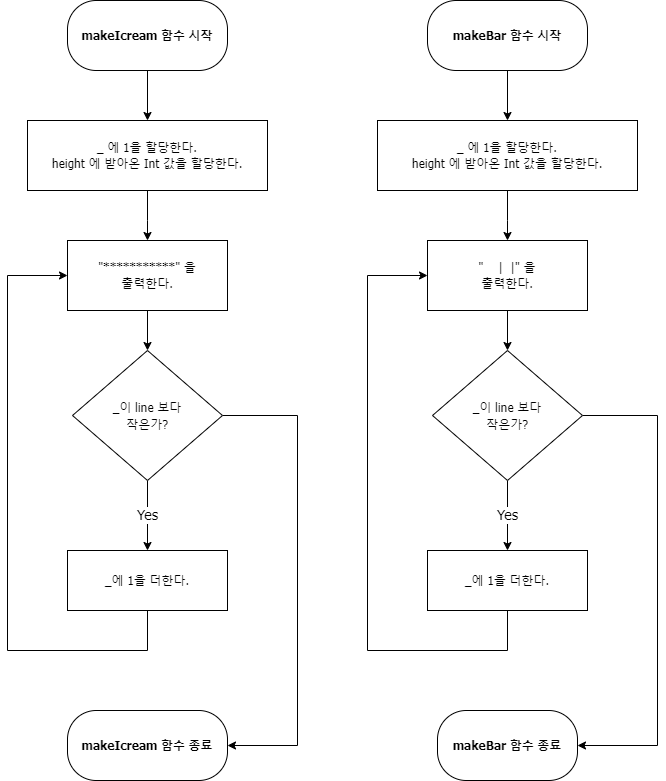
Before: CodeStarterCamp_Week1/아이스크림 만들기 순서도.png, a diagram exported from draw.io (yagom-academy/swift-starter-camp-4th). Source tidied: cells renumbered, new cells last; positions are measured from the earlier drawing's top-left corner, leaving out a move shared by most shapes.
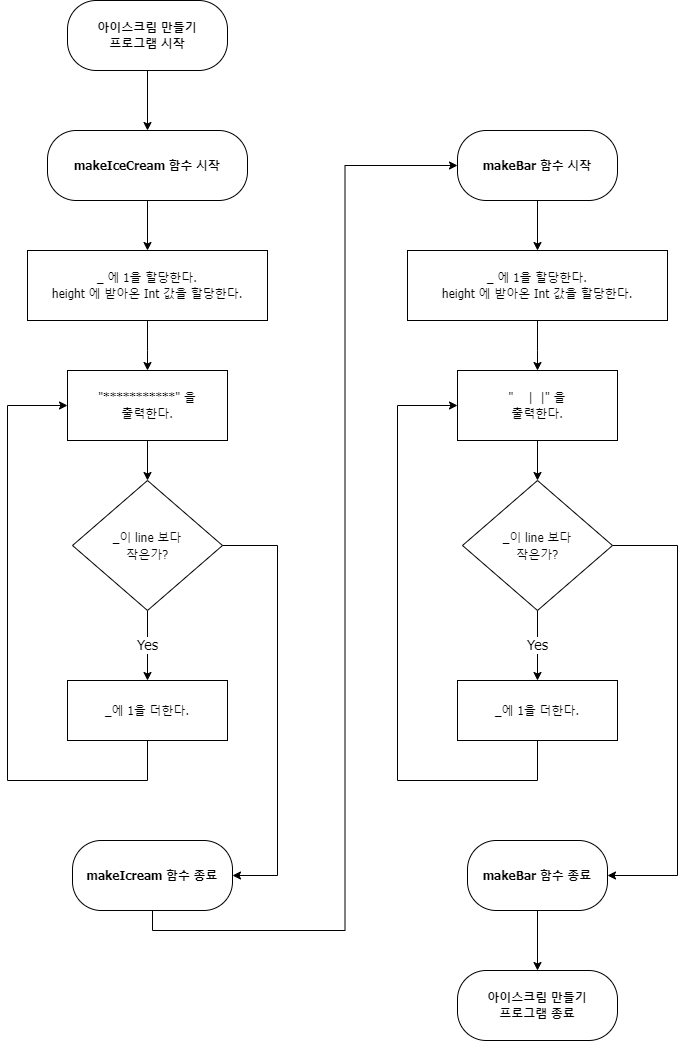
After the change.

Commit message:
아이스크림 만들기 순서도 2차 수정

What changed in the source:
```diff
@@ -2,31 +2,34 @@
   <root>
     <mxCell id="0" />
     <mxCell id="1" parent="0" />
-    <mxCell id="2" style="edgeStyle=orthogonalEdgeStyle;rounded=0;jettySize=auto;html=1;entryX=0.5;entryY=0;entryDx=0;entryDy=0;fontFamily=Tahoma;fontSize=14;" parent="1" edge="1" source="3" target="6">
+    <mxCell id="2" style="edgeStyle=orthogonalEdgeStyle;rounded=0;jettySize=auto;html=1;fontFamily=Tahoma;fontSize=14;entryX=0.5;entryY=0;entryDx=0;entryDy=0;" parent="1" edge="1" source="3" target="29">
       <mxGeometry relative="1" as="geometry" />
     </mxCell>
-    <mxCell id="3" value="&lt;font size=&quot;1&quot; face=&quot;Tahoma&quot;&gt;&lt;b style=&quot;font-size: 12px&quot;&gt;makeIcream 함수 시작&lt;/b&gt;&lt;/font&gt;" style="rounded=1;whiteSpace=wrap;html=1;arcSize=41;" parent="1" vertex="1">
-      <mxGeometry x="60" width="160" height="70" as="geometry" />
+    <mxCell id="3" value="&lt;font face=&quot;Tahoma&quot;&gt;&lt;b&gt;아이스크림 만들기&lt;br&gt;프로그램 시작&lt;br&gt;&lt;/b&gt;&lt;/font&gt;" style="rounded=1;whiteSpace=wrap;html=1;arcSize=41;" parent="1" vertex="1">
+      <mxGeometry x="50" y="-10" width="160" height="70" as="geometry" />
     </mxCell>
+    <mxCell id="26" style="edgeStyle=orthogonalEdgeStyle;rounded=0;jettySize=auto;html=1;exitX=0.5;exitY=1;exitDx=0;exitDy=0;entryX=0;entryY=0.5;entryDx=0;entryDy=0;" parent="1" edge="1" source="4" target="15">
+      <mxGeometry relative="1" as="geometry" />
+    </mxCell>
     <mxCell id="4" value="&lt;b style=&quot;font-family: &amp;#34;tahoma&amp;#34;&quot;&gt;makeIcream 함수 종료&lt;/b&gt;" style="rounded=1;whiteSpace=wrap;html=1;arcSize=41;" parent="1" vertex="1">
-      <mxGeometry x="60" y="710" width="160" height="70" as="geometry" />
+      <mxGeometry x="55" y="830" width="160" height="70" as="geometry" />
     </mxCell>
     <mxCell id="5" style="edgeStyle=orthogonalEdgeStyle;rounded=0;jettySize=auto;html=1;entryX=0.5;entryY=0;entryDx=0;entryDy=0;fontFamily=Tahoma;fontSize=14;" parent="1" edge="1" source="6" target="8">
       <mxGeometry relative="1" as="geometry">
         <Array as="points">
-          <mxPoint x="140" y="220" />
-          <mxPoint x="140" y="220" />
+          <mxPoint x="130" y="340" />
+          <mxPoint x="130" y="340" />
         </Array>
       </mxGeometry>
     </mxCell>
     <mxCell id="6" value="&lt;font face=&quot;Tahoma&quot;&gt;_ 에 1을 할당한다.&lt;br&gt;height 에 받아온 Int 값을 할당한다.&lt;br&gt;&lt;/font&gt;" style="rounded=0;whiteSpace=wrap;html=1;" parent="1" vertex="1">
-      <mxGeometry x="20" y="120" width="240" height="70" as="geometry" />
+      <mxGeometry x="10" y="240" width="240" height="70" as="geometry" />
     </mxCell>
     <mxCell id="7" style="edgeStyle=orthogonalEdgeStyle;rounded=0;jettySize=auto;html=1;entryX=0.5;entryY=0;entryDx=0;entryDy=0;fontFamily=Tahoma;fontSize=14;" parent="1" edge="1" source="8" target="11">
       <mxGeometry relative="1" as="geometry" />
     </mxCell>
     <mxCell id="8" value="&lt;font face=&quot;Tahoma&quot;&gt;&quot;***********&quot; 을&lt;br&gt;출력한다.&lt;/font&gt;" style="rounded=0;whiteSpace=wrap;html=1;" parent="1" vertex="1">
-      <mxGeometry x="60" y="240" width="160" height="70" as="geometry" />
+      <mxGeometry x="50" y="360" width="160" height="70" as="geometry" />
     </mxCell>
     <mxCell id="9" value="Yes" style="edgeStyle=orthogonalEdgeStyle;rounded=0;jettySize=auto;html=1;entryX=0.5;entryY=0;entryDx=0;entryDy=0;fontFamily=Tahoma;fontSize=14;" parent="1" edge="1" source="11" target="13">
       <mxGeometry relative="1" as="geometry" />
@@ -34,51 +37,54 @@
     <mxCell id="10" style="edgeStyle=orthogonalEdgeStyle;rounded=0;jettySize=auto;html=1;entryX=1;entryY=0.5;entryDx=0;entryDy=0;fontFamily=Tahoma;fontSize=14;" parent="1" edge="1" source="11" target="4">
       <mxGeometry relative="1" as="geometry">
         <Array as="points">
-          <mxPoint x="290" y="415" />
-          <mxPoint x="290" y="745" />
+          <mxPoint x="260" y="535" />
+          <mxPoint x="260" y="865" />
         </Array>
       </mxGeometry>
     </mxCell>
     <mxCell id="11" value="&lt;font style=&quot;font-size: 12px&quot;&gt;_이 line 보다&lt;br&gt;작은가?&lt;/font&gt;" style="rhombus;whiteSpace=wrap;html=1;fontFamily=Tahoma;fontSize=14;" parent="1" vertex="1">
-      <mxGeometry x="65" y="350" width="150" height="130" as="geometry" />
+      <mxGeometry x="55" y="470" width="150" height="130" as="geometry" />
     </mxCell>
     <mxCell id="12" style="edgeStyle=orthogonalEdgeStyle;rounded=0;jettySize=auto;html=1;fontFamily=Tahoma;fontSize=12;entryX=0;entryY=0.5;entryDx=0;entryDy=0;exitX=0.5;exitY=1;exitDx=0;exitDy=0;" parent="1" edge="1" source="13" target="8">
       <mxGeometry relative="1" as="geometry">
         <Array as="points">
-          <mxPoint x="140" y="650" />
-          <mxPoint y="650" />
-          <mxPoint y="275" />
+          <mxPoint x="130" y="770" />
+          <mxPoint x="-10" y="770" />
+          <mxPoint x="-10" y="395" />
         </Array>
       </mxGeometry>
     </mxCell>
     <mxCell id="13" value="&lt;font style=&quot;font-size: 12px&quot;&gt;_에 1을 더한다.&lt;/font&gt;" style="rounded=0;whiteSpace=wrap;html=1;fontFamily=Tahoma;fontSize=14;" parent="1" vertex="1">
-      <mxGeometry x="60" y="550" width="160" height="60" as="geometry" />
+      <mxGeometry x="50" y="670" width="160" height="60" as="geometry" />
     </mxCell>
     <mxCell id="14" style="edgeStyle=orthogonalEdgeStyle;rounded=0;jettySize=auto;html=1;entryX=0.5;entryY=0;entryDx=0;entryDy=0;fontFamily=Tahoma;fontSize=14;" parent="1" edge="1" source="15" target="18">
       <mxGeometry relative="1" as="geometry" />
     </mxCell>
     <mxCell id="15" value="&lt;font size=&quot;1&quot; face=&quot;Tahoma&quot;&gt;&lt;b style=&quot;font-size: 12px&quot;&gt;makeBar 함수 시작&lt;/b&gt;&lt;/font&gt;" style="rounded=1;whiteSpace=wrap;html=1;arcSize=41;" parent="1" vertex="1">
-      <mxGeometry x="420" width="160" height="70" as="geometry" />
+      <mxGeometry x="440" y="120" width="160" height="70" as="geometry" />
     </mxCell>
+    <mxCell id="27" style="edgeStyle=orthogonalEdgeStyle;rounded=0;jettySize=auto;html=1;exitX=0.5;exitY=1;exitDx=0;exitDy=0;entryX=0.5;entryY=0;entryDx=0;entryDy=0;" parent="1" edge="1" source="16" target="30">
+      <mxGeometry relative="1" as="geometry" />
+    </mxCell>
     <mxCell id="16" value="&lt;b style=&quot;font-family: &amp;#34;tahoma&amp;#34;&quot;&gt;makeBar 함수 종료&lt;/b&gt;" style="rounded=1;whiteSpace=wrap;html=1;arcSize=41;" parent="1" vertex="1">
-      <mxGeometry x="430" y="710" width="140" height="70" as="geometry" />
+      <mxGeometry x="450" y="830" width="140" height="70" as="geometry" />
     </mxCell>
     <mxCell id="17" style="edgeStyle=orthogonalEdgeStyle;rounded=0;jettySize=auto;html=1;entryX=0.5;entryY=0;entryDx=0;entryDy=0;fontFamily=Tahoma;fontSize=14;" parent="1" edge="1" source="18" target="20">
       <mxGeometry relative="1" as="geometry">
         <Array as="points">
-          <mxPoint x="500" y="220" />
-          <mxPoint x="500" y="220" />
+          <mxPoint x="520" y="340" />
+          <mxPoint x="520" y="340" />
         </Array>
       </mxGeometry>
     </mxCell>
     <mxCell id="18" value="&lt;span style=&quot;font-family: &amp;#34;tahoma&amp;#34;&quot;&gt;_ 에 1을 할당한다.&lt;/span&gt;&lt;br style=&quot;font-family: &amp;#34;tahoma&amp;#34;&quot;&gt;&lt;span style=&quot;font-family: &amp;#34;tahoma&amp;#34;&quot;&gt;height 에 받아온 Int 값을 할당한다.&lt;/span&gt;" style="rounded=0;whiteSpace=wrap;html=1;" parent="1" vertex="1">
-      <mxGeometry x="370" y="120" width="260" height="70" as="geometry" />
+      <mxGeometry x="390" y="240" width="260" height="70" as="geometry" />
     </mxCell>
     <mxCell id="19" style="edgeStyle=orthogonalEdgeStyle;rounded=0;jettySize=auto;html=1;entryX=0.5;entryY=0;entryDx=0;entryDy=0;fontFamily=Tahoma;fontSize=14;" parent="1" edge="1" source="20" target="23">
       <mxGeometry relative="1" as="geometry" />
     </mxCell>
     <mxCell id="20" value="&lt;font face=&quot;Tahoma&quot;&gt;&quot; &amp;nbsp; &amp;nbsp;| &amp;nbsp;|&quot; 을&lt;br&gt;출력한다.&lt;/font&gt;" style="rounded=0;whiteSpace=wrap;html=1;" parent="1" vertex="1">
-      <mxGeometry x="420" y="240" width="160" height="70" as="geometry" />
+      <mxGeometry x="440" y="360" width="160" height="70" as="geometry" />
     </mxCell>
     <mxCell id="21" value="Yes" style="edgeStyle=orthogonalEdgeStyle;rounded=0;jettySize=auto;html=1;entryX=0.5;entryY=0;entryDx=0;entryDy=0;fontFamily=Tahoma;fontSize=14;" parent="1" edge="1" source="23" target="25">
       <mxGeometry relative="1" as="geometry" />
@@ -86,25 +92,34 @@
     <mxCell id="22" style="edgeStyle=orthogonalEdgeStyle;rounded=0;jettySize=auto;html=1;entryX=1;entryY=0.5;entryDx=0;entryDy=0;fontFamily=Tahoma;fontSize=14;" parent="1" edge="1" source="23" target="16">
       <mxGeometry relative="1" as="geometry">
         <Array as="points">
-          <mxPoint x="650" y="415" />
-          <mxPoint x="650" y="745" />
+          <mxPoint x="660" y="535" />
+          <mxPoint x="660" y="865" />
         </Array>
       </mxGeometry>
     </mxCell>
     <mxCell id="23" value="&lt;font style=&quot;font-size: 12px&quot;&gt;_이 line 보다&lt;br&gt;작은가?&lt;/font&gt;" style="rhombus;whiteSpace=wrap;html=1;fontFamily=Tahoma;fontSize=14;" parent="1" vertex="1">
-      <mxGeometry x="425" y="350" width="150" height="130" as="geometry" />
+      <mxGeometry x="445" y="470" width="150" height="130" as="geometry" />
     </mxCell>
     <mxCell id="24" style="edgeStyle=orthogonalEdgeStyle;rounded=0;jettySize=auto;html=1;fontFamily=Tahoma;fontSize=12;entryX=0;entryY=0.5;entryDx=0;entryDy=0;exitX=0.5;exitY=1;exitDx=0;exitDy=0;" parent="1" edge="1" source="25" target="20">
       <mxGeometry relative="1" as="geometry">
         <Array as="points">
-          <mxPoint x="500" y="650" />
-          <mxPoint x="360" y="650" />
-          <mxPoint x="360" y="275" />
+          <mxPoint x="520" y="770" />
+          <mxPoint x="380" y="770" />
+          <mxPoint x="380" y="395" />
         </Array>
       </mxGeometry>
     </mxCell>
     <mxCell id="25" value="&lt;font style=&quot;font-size: 12px&quot;&gt;_에 1을 더한다.&lt;/font&gt;" style="rounded=0;whiteSpace=wrap;html=1;fontFamily=Tahoma;fontSize=14;" parent="1" vertex="1">
-      <mxGeometry x="420" y="550" width="160" height="60" as="geometry" />
+      <mxGeometry x="440" y="670" width="160" height="60" as="geometry" />
     </mxCell>
+    <mxCell id="28" style="edgeStyle=orthogonalEdgeStyle;rounded=0;jettySize=auto;html=1;" parent="1" edge="1" source="29" target="6">
+      <mxGeometry relative="1" as="geometry" />
+    </mxCell>
+    <mxCell id="29" value="&lt;font face=&quot;Tahoma&quot;&gt;&lt;b&gt;makeIceCream 함수 시작&lt;br&gt;&lt;/b&gt;&lt;/font&gt;" style="rounded=1;whiteSpace=wrap;html=1;arcSize=41;" parent="1" vertex="1">
+      <mxGeometry x="30" y="120" width="200" height="70" as="geometry" />
+    </mxCell>
+    <mxCell id="30" value="&lt;font face=&quot;Tahoma&quot;&gt;&lt;b&gt;아이스크림 만들기&lt;br&gt;프로그램 종료&lt;br&gt;&lt;/b&gt;&lt;/font&gt;" style="rounded=1;whiteSpace=wrap;html=1;arcSize=41;" parent="1" vertex="1">
+      <mxGeometry x="440" y="960" width="160" height="70" as="geometry" />
+    </mxCell>
   </root>
 </mxGraphModel>
```
